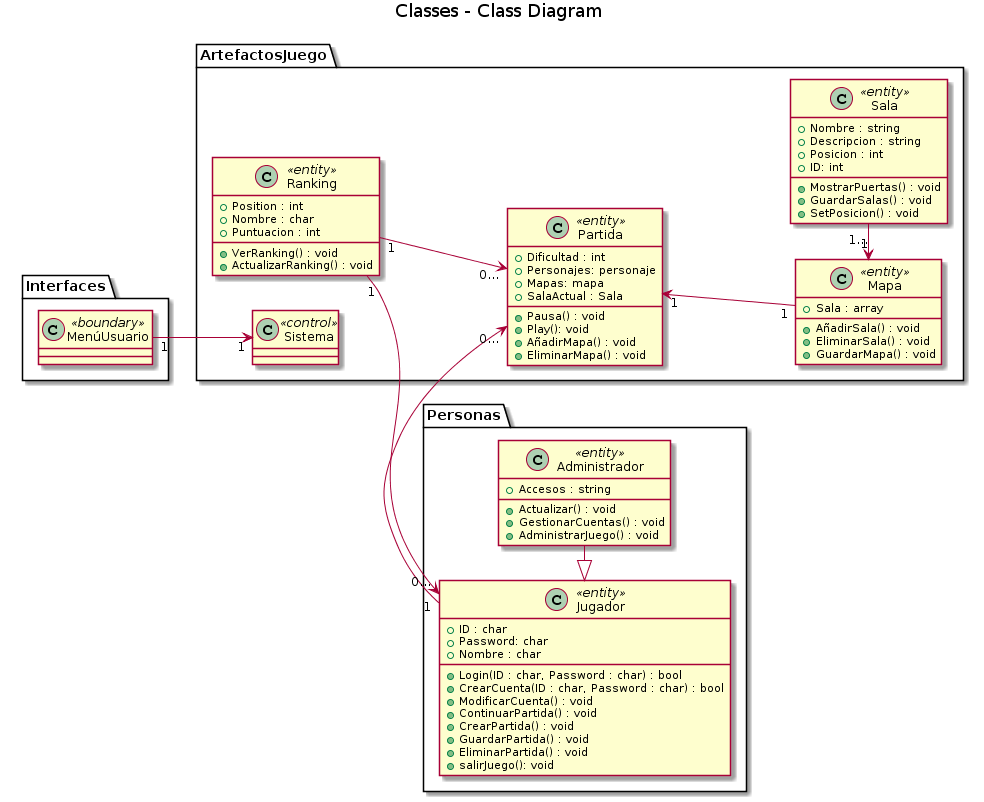
This is UML/Diagrama clases/Diagrama Clases - v2.png from dmontesinos/ES-2019-G43-2-02.v1, a PlantUML export, as it was before one commit. Source of this version:
```plantuml
@startuml
title Classes - Class Diagram

Package Personas {
class Jugador <<entity>> {
    +ID : char
    +Password: char
    +Nombre : char
    +Login(ID : char, Password : char) : bool
    +CrearCuenta(ID : char, Password : char) : bool
    +ModificarCuenta() : void
    +ContinuarPartida() : void
    +CrearPartida() : void
    +GuardarPartida() : void
    +EliminarPartida() : void
    +salirJuego(): void
}

Jugador <|- Administrador

class Administrador <<entity>>{
    +Accesos : string
    +Actualizar() : void
    +GestionarCuentas() : void
    +AdministrarJuego() : void
}
}
Package ArtefactosJuego {
class Partida <<entity>>{
  +Dificultad : int
  +Personajes: personaje
  +Mapas: mapa
  +SalaActual : Sala
  +Pausa() : void
  +Play(): void
  +AñadirMapa() : void
  +EliminarMapa() : void
}

Partida "1" <-- "1" Mapa

class Mapa <<entity>>{
    +Sala : array
    +AñadirSala() : void
    +EliminarSala() : void
    +GuardarMapa() : void
}

left to right direction
Mapa "1" <- "1..." Sala

class Sala <<entity>>{
    +Nombre : string
    +Descripcion : string
    +Posicion : int
    +ID: int
    +MostrarPuertas() : void
    +GuardarSalas() : void
    +SetPosicion() : void
}

Partida "0..." <- "1" Jugador


Ranking "1"-->"0..." Partida
Ranking "1"->"0..." Jugador

class Ranking <<entity>>{
    +Position : int
    +Nombre : char
    +Puntuacion : int
    +VerRanking() : void
    +ActualizarRanking() : void
}

class Sistema <<control>>{
}
}
Package Interfaces {
MenúUsuario "1"-->"1" Sistema
class MenúUsuario <<boundary>>{
}
}
@enduml
```
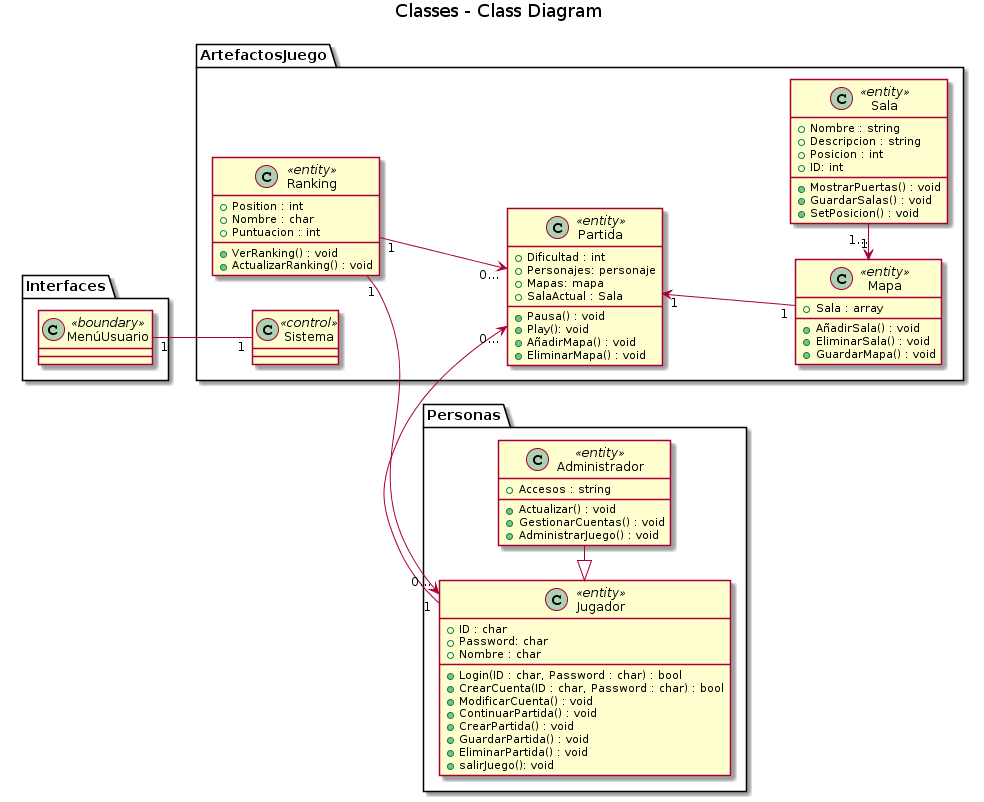
Above is the later version.

Change to the diagram source:
```diff
@@ -77,7 +77,7 @@
 }
 }
 Package Interfaces {
-MenúUsuario "1"-->"1" Sistema
+MenúUsuario "1"--"1" Sistema
 class MenúUsuario <<boundary>>{
 }
 }
```
